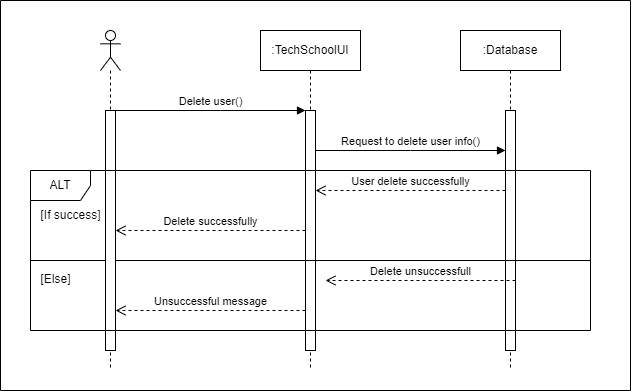
This is Materials/Sequence Diagrams/SD_User Removal.png from iprosenjitp/Tech-School, a draw.io export, as it was before one commit. Source tidied: cells renumbered, new cells last; positions are measured from the earlier drawing's top-left corner, leaving out a move shared by most shapes.
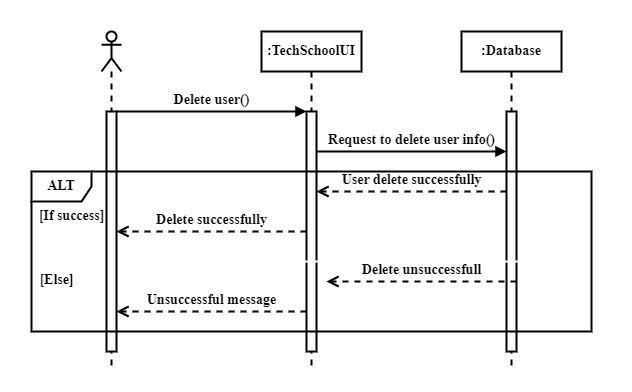
After the change.

What changed in the source:
```diff
@@ -2,78 +2,78 @@
   <root>
     <mxCell id="0" />
     <mxCell id="1" parent="0" />
-    <mxCell id="2" value=":TechSchoolUI" style="shape=umlLifeline;perimeter=lifelinePerimeter;whiteSpace=wrap;html=1;newEdgeStyle={&quot;curved&quot;:0,&quot;rounded&quot;:0};" parent="1" vertex="1">
+    <mxCell id="2" value=":TechSchoolUI" style="shape=umlLifeline;perimeter=lifelinePerimeter;whiteSpace=wrap;html=1;newEdgeStyle={&quot;curved&quot;:0,&quot;rounded&quot;:0};strokeWidth=2;fontFamily=Times New Roman;fontStyle=1;fontSize=14;" parent="1" vertex="1">
       <mxGeometry x="260" y="30" width="100" height="340" as="geometry" />
     </mxCell>
-    <mxCell id="3" style="html=1;points=[[0,0,0,0,5],[0,1,0,0,-5],[1,0,0,0,5],[1,1,0,0,-5]];perimeter=orthogonalPerimeter;outlineConnect=0;targetShapes=umlLifeline;portConstraint=eastwest;newEdgeStyle={&quot;curved&quot;:0,&quot;rounded&quot;:0};" parent="2" vertex="1">
+    <mxCell id="3" style="html=1;points=[[0,0,0,0,5],[0,1,0,0,-5],[1,0,0,0,5],[1,1,0,0,-5]];perimeter=orthogonalPerimeter;outlineConnect=0;targetShapes=umlLifeline;portConstraint=eastwest;newEdgeStyle={&quot;curved&quot;:0,&quot;rounded&quot;:0};strokeWidth=2;fontFamily=Times New Roman;fontStyle=1;fontSize=14;" parent="2" vertex="1">
       <mxGeometry x="45" y="80" width="10" height="240" as="geometry" />
     </mxCell>
-    <mxCell id="4" value=":Database" style="shape=umlLifeline;perimeter=lifelinePerimeter;whiteSpace=wrap;html=1;newEdgeStyle={&quot;curved&quot;:0,&quot;rounded&quot;:0};" parent="1" vertex="1">
+    <mxCell id="4" value=":Database" style="shape=umlLifeline;perimeter=lifelinePerimeter;whiteSpace=wrap;html=1;newEdgeStyle={&quot;curved&quot;:0,&quot;rounded&quot;:0};strokeWidth=2;fontFamily=Times New Roman;fontStyle=1;fontSize=14;" parent="1" vertex="1">
       <mxGeometry x="460" y="30" width="100" height="340" as="geometry" />
     </mxCell>
-    <mxCell id="5" style="html=1;points=[[0,0,0,0,5],[0,1,0,0,-5],[1,0,0,0,5],[1,1,0,0,-5]];perimeter=orthogonalPerimeter;outlineConnect=0;targetShapes=umlLifeline;portConstraint=eastwest;newEdgeStyle={&quot;curved&quot;:0,&quot;rounded&quot;:0};" parent="4" vertex="1">
+    <mxCell id="5" style="html=1;points=[[0,0,0,0,5],[0,1,0,0,-5],[1,0,0,0,5],[1,1,0,0,-5]];perimeter=orthogonalPerimeter;outlineConnect=0;targetShapes=umlLifeline;portConstraint=eastwest;newEdgeStyle={&quot;curved&quot;:0,&quot;rounded&quot;:0};strokeWidth=2;fontFamily=Times New Roman;fontStyle=1;fontSize=14;" parent="4" vertex="1">
       <mxGeometry x="45" y="80" width="10" height="240" as="geometry" />
     </mxCell>
-    <mxCell id="6" value="Delete user()" style="html=1;verticalAlign=bottom;endArrow=block;curved=0;rounded=0;" parent="1" edge="1" source="17" target="3">
+    <mxCell id="6" value="Delete user()" style="html=1;verticalAlign=bottom;endArrow=block;curved=0;rounded=0;strokeWidth=2;fontFamily=Times New Roman;fontStyle=1;fontSize=14;" parent="1" edge="1" source="17" target="3">
       <mxGeometry relative="1" as="geometry">
         <Array as="points">
           <mxPoint x="220" y="110" />
         </Array>
       </mxGeometry>
     </mxCell>
-    <mxCell id="7" value="Request to delete user info()" style="html=1;verticalAlign=bottom;endArrow=block;curved=0;rounded=0;" parent="1" edge="1" source="3" target="5">
+    <mxCell id="7" value="Request to delete user info()" style="html=1;verticalAlign=bottom;endArrow=block;curved=0;rounded=0;strokeWidth=2;fontFamily=Times New Roman;fontStyle=1;fontSize=14;" parent="1" edge="1" source="3" target="5">
       <mxGeometry relative="1" as="geometry">
         <Array as="points">
           <mxPoint x="410" y="150" />
         </Array>
       </mxGeometry>
     </mxCell>
-    <mxCell id="8" value="User delete successfully" style="html=1;verticalAlign=bottom;endArrow=open;dashed=1;endSize=8;curved=0;rounded=0;" parent="1" edge="1" source="5" target="3">
+    <mxCell id="8" value="User delete successfully" style="html=1;verticalAlign=bottom;endArrow=open;dashed=1;endSize=8;curved=0;rounded=0;strokeWidth=2;fontFamily=Times New Roman;fontStyle=1;fontSize=14;" parent="1" edge="1" source="5" target="3">
       <mxGeometry relative="1" as="geometry">
         <Array as="points">
           <mxPoint x="400" y="190" />
         </Array>
       </mxGeometry>
     </mxCell>
-    <mxCell id="9" value="Delete successfully" style="html=1;verticalAlign=bottom;endArrow=open;dashed=1;endSize=8;curved=0;rounded=0;" parent="1" edge="1" source="3" target="17">
+    <mxCell id="9" value="Delete successfully" style="html=1;verticalAlign=bottom;endArrow=open;dashed=1;endSize=8;curved=0;rounded=0;strokeWidth=2;fontFamily=Times New Roman;fontStyle=1;fontSize=14;" parent="1" edge="1" source="3" target="17">
       <mxGeometry relative="1" as="geometry">
         <Array as="points">
           <mxPoint x="220" y="230" />
         </Array>
       </mxGeometry>
     </mxCell>
-    <mxCell id="10" value="Unsuccessful message" style="html=1;verticalAlign=bottom;endArrow=open;dashed=1;endSize=8;curved=0;rounded=0;" parent="1" edge="1" source="3" target="17">
+    <mxCell id="10" value="Unsuccessful message" style="html=1;verticalAlign=bottom;endArrow=open;dashed=1;endSize=8;curved=0;rounded=0;strokeWidth=2;fontFamily=Times New Roman;fontStyle=1;fontSize=14;" parent="1" edge="1" source="3" target="17">
       <mxGeometry relative="1" as="geometry">
         <Array as="points">
           <mxPoint x="210" y="310" />
         </Array>
       </mxGeometry>
     </mxCell>
-    <mxCell id="11" style="swimlane;startSize=0;" parent="1" vertex="1">
+    <mxCell id="11" style="swimlane;startSize=0;strokeWidth=2;fontFamily=Times New Roman;fontStyle=1;fontSize=14;strokeColor=#FFFFFF;" parent="1" vertex="1">
       <mxGeometry width="630" height="390" as="geometry" />
     </mxCell>
-    <mxCell id="12" value="[If success]" style="text;html=1;align=center;verticalAlign=middle;strokeColor=none;fillColor=none;" parent="11" vertex="1">
-      <mxGeometry x="30" y="200" width="80" height="30" as="geometry" />
+    <mxCell id="12" value="[If success]" style="text;html=1;align=center;verticalAlign=middle;strokeColor=none;fillColor=none;strokeWidth=2;fontFamily=Times New Roman;fontStyle=1;fontSize=14;" parent="11" vertex="1">
+      <mxGeometry x="25" y="200" width="90" height="30" as="geometry" />
     </mxCell>
-    <mxCell id="13" value="[Else]" style="text;html=1;align=center;verticalAlign=middle;strokeColor=none;fillColor=none;" parent="11" vertex="1">
-      <mxGeometry x="30" y="264" width="50" height="30" as="geometry" />
+    <mxCell id="13" value="[Else]" style="text;html=1;align=center;verticalAlign=middle;strokeColor=none;fillColor=none;strokeWidth=2;fontFamily=Times New Roman;fontStyle=1;fontSize=14;" parent="11" vertex="1">
+      <mxGeometry x="25" y="264" width="60" height="30" as="geometry" />
     </mxCell>
-    <mxCell id="14" style="line;strokeWidth=1;fillColor=none;align=left;verticalAlign=middle;spacingTop=-1;spacingLeft=3;spacingRight=3;labelPosition=right;strokeColor=inherit;" parent="11" vertex="1">
+    <mxCell id="14" style="line;strokeWidth=2;fillColor=none;align=left;verticalAlign=middle;spacingTop=-1;spacingLeft=3;spacingRight=3;labelPosition=right;strokeColor=inherit;fontFamily=Times New Roman;fontStyle=1;fontSize=14;" parent="11" vertex="1">
       <mxGeometry x="30" y="256" width="560" height="8" as="geometry" />
     </mxCell>
-    <mxCell id="15" value="Delete unsuccessfull" style="html=1;verticalAlign=bottom;endArrow=open;dashed=1;endSize=8;curved=0;rounded=0;" parent="11" edge="1">
+    <mxCell id="15" value="Delete unsuccessfull" style="html=1;verticalAlign=bottom;endArrow=open;dashed=1;endSize=8;curved=0;rounded=0;strokeWidth=2;fontFamily=Times New Roman;fontStyle=1;fontSize=14;" parent="11" edge="1">
       <mxGeometry relative="1" as="geometry">
         <mxPoint x="515" y="280" as="sourcePoint" />
         <mxPoint x="325" y="280" as="targetPoint" />
       </mxGeometry>
     </mxCell>
-    <mxCell id="16" style="shape=umlLifeline;perimeter=lifelinePerimeter;whiteSpace=wrap;html=1;newEdgeStyle={&quot;curved&quot;:0,&quot;rounded&quot;:0};participant=umlActor;" parent="11" vertex="1">
+    <mxCell id="16" style="shape=umlLifeline;perimeter=lifelinePerimeter;whiteSpace=wrap;html=1;newEdgeStyle={&quot;curved&quot;:0,&quot;rounded&quot;:0};participant=umlActor;strokeWidth=2;fontFamily=Times New Roman;fontStyle=1;fontSize=14;" parent="11" vertex="1">
       <mxGeometry x="100" y="30" width="20" height="340" as="geometry" />
     </mxCell>
-    <mxCell id="17" style="html=1;points=[[0,0,0,0,5],[0,1,0,0,-5],[1,0,0,0,5],[1,1,0,0,-5]];perimeter=orthogonalPerimeter;outlineConnect=0;targetShapes=umlLifeline;portConstraint=eastwest;newEdgeStyle={&quot;curved&quot;:0,&quot;rounded&quot;:0};" parent="16" vertex="1">
+    <mxCell id="17" style="html=1;points=[[0,0,0,0,5],[0,1,0,0,-5],[1,0,0,0,5],[1,1,0,0,-5]];perimeter=orthogonalPerimeter;outlineConnect=0;targetShapes=umlLifeline;portConstraint=eastwest;newEdgeStyle={&quot;curved&quot;:0,&quot;rounded&quot;:0};strokeWidth=2;fontFamily=Times New Roman;fontStyle=1;fontSize=14;" parent="16" vertex="1">
       <mxGeometry x="5" y="80" width="10" height="240" as="geometry" />
     </mxCell>
-    <mxCell id="18" value="ALT" style="shape=umlFrame;whiteSpace=wrap;html=1;" parent="11" vertex="1">
+    <mxCell id="18" value="ALT" style="shape=umlFrame;whiteSpace=wrap;html=1;strokeWidth=2;fontFamily=Times New Roman;fontStyle=1;fontSize=14;" parent="11" vertex="1">
       <mxGeometry x="30" y="170" width="560" height="160" as="geometry" />
     </mxCell>
   </root>
```
